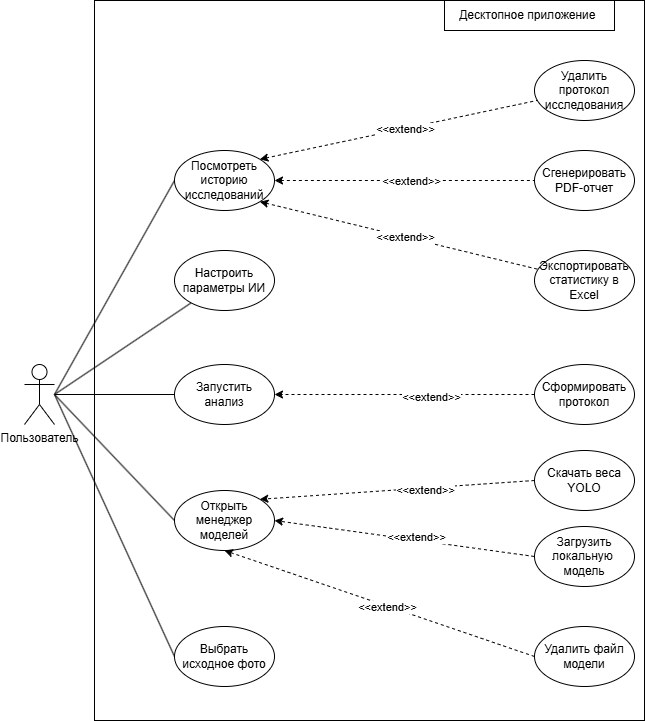
GFooX9/CourseWork2026 keeps this draw.io diagram as Documentation/Diagrams/Диаграмма вариантов использования.png. Above is the earlier version. Source tidied: cells renumbered, new cells last; positions are measured from the earlier drawing's top-left corner, leaving out a move shared by most shapes. The source it was exported from:
```xml
<mxGraphModel>
  <root>
    <mxCell id="0" />
    <mxCell id="1" parent="0" />
    <mxCell id="2" style="rounded=0;jettySize=auto;html=1;endArrow=none;endFill=0;" parent="1" edge="1" target="8">
      <mxGeometry relative="1" as="geometry">
        <mxPoint x="30" y="394" as="sourcePoint" />
      </mxGeometry>
    </mxCell>
    <mxCell id="3" style="rounded=0;jettySize=auto;html=1;entryX=0;entryY=0.5;entryDx=0;entryDy=0;endArrow=none;endFill=0;" parent="1" edge="1" target="11">
      <mxGeometry relative="1" as="geometry">
        <mxPoint x="30" y="394" as="sourcePoint" />
      </mxGeometry>
    </mxCell>
    <mxCell id="4" style="rounded=0;jettySize=auto;html=1;entryX=0;entryY=0.5;entryDx=0;entryDy=0;endArrow=none;endFill=0;" parent="1" edge="1" source="7" target="10">
      <mxGeometry relative="1" as="geometry" />
    </mxCell>
    <mxCell id="5" style="rounded=0;jettySize=auto;html=1;entryX=0;entryY=0.5;entryDx=0;entryDy=0;endArrow=none;endFill=0;" parent="1" edge="1" target="9">
      <mxGeometry relative="1" as="geometry">
        <mxPoint x="30" y="394" as="sourcePoint" />
      </mxGeometry>
    </mxCell>
    <mxCell id="6" style="rounded=0;jettySize=auto;html=1;entryX=0;entryY=0.5;entryDx=0;entryDy=0;endArrow=none;endFill=0;" parent="1" edge="1" target="27">
      <mxGeometry relative="1" as="geometry">
        <mxPoint x="30" y="394" as="sourcePoint" />
      </mxGeometry>
    </mxCell>
    <mxCell id="7" value="Пользователь" style="shape=umlActor;verticalLabelPosition=bottom;verticalAlign=top;html=1;outlineConnect=0;" parent="1" vertex="1">
      <mxGeometry y="364" width="30" height="60" as="geometry" />
    </mxCell>
    <mxCell id="8" value="Настроить параметры ИИ" style="ellipse;whiteSpace=wrap;html=1;" parent="1" vertex="1">
      <mxGeometry x="150" y="250" width="100" height="60" as="geometry" />
    </mxCell>
    <mxCell id="9" value="Выбрать исходное фото" style="ellipse;whiteSpace=wrap;html=1;" parent="1" vertex="1">
      <mxGeometry x="150" y="626" width="100" height="60" as="geometry" />
    </mxCell>
    <mxCell id="10" value="Запустить анализ" style="ellipse;whiteSpace=wrap;html=1;" parent="1" vertex="1">
      <mxGeometry x="150" y="364" width="100" height="60" as="geometry" />
    </mxCell>
    <mxCell id="11" value="Открыть менеджер моделей" style="ellipse;whiteSpace=wrap;html=1;" parent="1" vertex="1">
      <mxGeometry x="150" y="490" width="100" height="60" as="geometry" />
    </mxCell>
    <mxCell id="12" style="rounded=0;jettySize=auto;html=1;exitX=0;exitY=0.5;exitDx=0;exitDy=0;entryX=1;entryY=0;entryDx=0;entryDy=0;dashed=1;" parent="1" edge="1" source="14" target="11">
      <mxGeometry relative="1" as="geometry" />
    </mxCell>
    <mxCell id="13" value="&amp;lt;&amp;lt;extend&amp;gt;&amp;gt;" style="edgeLabel;html=1;align=center;verticalAlign=middle;" parent="12" vertex="1">
      <mxGeometry x="-0.2" y="2" relative="1" as="geometry" />
    </mxCell>
    <mxCell id="14" value="Скачать веса YOLO" style="ellipse;whiteSpace=wrap;html=1;" parent="1" vertex="1">
      <mxGeometry x="510" y="450" width="100" height="60" as="geometry" />
    </mxCell>
    <mxCell id="15" style="rounded=0;jettySize=auto;html=1;exitX=0;exitY=0.5;exitDx=0;exitDy=0;entryX=0.5;entryY=1;entryDx=0;entryDy=0;dashed=1;" parent="1" edge="1" source="17" target="11">
      <mxGeometry relative="1" as="geometry" />
    </mxCell>
    <mxCell id="16" value="&amp;lt;&amp;lt;extend&amp;gt;&amp;gt;" style="edgeLabel;html=1;align=center;verticalAlign=middle;" parent="15" vertex="1">
      <mxGeometry x="-0.05" y="1" relative="1" as="geometry" />
    </mxCell>
    <mxCell id="17" value="Удалить файл модели" style="ellipse;whiteSpace=wrap;html=1;" parent="1" vertex="1">
      <mxGeometry x="510" y="626" width="100" height="60" as="geometry" />
    </mxCell>
    <mxCell id="18" style="rounded=0;jettySize=auto;html=1;exitX=0;exitY=0.5;exitDx=0;exitDy=0;entryX=1;entryY=0.5;entryDx=0;entryDy=0;dashed=1;" parent="1" edge="1" source="20" target="11">
      <mxGeometry relative="1" as="geometry" />
    </mxCell>
    <mxCell id="19" value="&amp;lt;&amp;lt;extend&amp;gt;&amp;gt;" style="edgeLabel;html=1;align=center;verticalAlign=middle;" parent="18" vertex="1">
      <mxGeometry x="-0.08" y="-3" relative="1" as="geometry" />
    </mxCell>
    <mxCell id="20" value="Загрузить локальную&amp;nbsp; модель" style="ellipse;whiteSpace=wrap;html=1;" parent="1" vertex="1">
      <mxGeometry x="510" y="526" width="100" height="60" as="geometry" />
    </mxCell>
    <mxCell id="21" value="Десктопное приложение&amp;nbsp;" style="text;html=1;whiteSpace=wrap;strokeColor=default;fillColor=none;align=center;verticalAlign=middle;rounded=0;" parent="1" vertex="1">
      <mxGeometry x="420" width="170" height="30" as="geometry" />
    </mxCell>
    <mxCell id="22" value="Сформировать протокол" style="ellipse;whiteSpace=wrap;html=1;" parent="1" vertex="1">
      <mxGeometry x="510" y="364" width="100" height="60" as="geometry" />
    </mxCell>
    <mxCell id="23" style="rounded=0;jettySize=auto;html=1;entryX=1;entryY=0.5;entryDx=0;entryDy=0;dashed=1;exitX=0;exitY=0.5;exitDx=0;exitDy=0;" parent="1" edge="1" source="22" target="10">
      <mxGeometry relative="1" as="geometry" />
    </mxCell>
    <mxCell id="24" value="&amp;lt;&amp;lt;extend&amp;gt;&amp;gt;" style="edgeLabel;html=1;align=center;verticalAlign=middle;" parent="23" vertex="1">
      <mxGeometry x="-0.2" y="2" relative="1" as="geometry" />
    </mxCell>
    <mxCell id="25" style="rounded=0;jettySize=auto;html=1;startArrow=classic;startFill=1;endArrow=none;endFill=0;dashed=1;exitX=1;exitY=0.5;exitDx=0;exitDy=0;" parent="1" edge="1" source="27" target="28">
      <mxGeometry relative="1" as="geometry" />
    </mxCell>
    <mxCell id="26" value="&amp;lt;&amp;lt;extend&amp;gt;&amp;gt;" style="edgeLabel;html=1;align=center;verticalAlign=middle;" parent="25" vertex="1">
      <mxGeometry x="0.05" y="-2" relative="1" as="geometry">
        <mxPoint y="-2" as="offset" />
      </mxGeometry>
    </mxCell>
    <mxCell id="27" value="Посмотреть историю исследований" style="ellipse;whiteSpace=wrap;html=1;" parent="1" vertex="1">
      <mxGeometry x="150" y="150" width="100" height="60" as="geometry" />
    </mxCell>
    <mxCell id="28" value="Сгенерировать PDF-отчет" style="ellipse;whiteSpace=wrap;html=1;" parent="1" vertex="1">
      <mxGeometry x="510" y="150" width="100" height="60" as="geometry" />
    </mxCell>
    <mxCell id="29" style="rounded=0;jettySize=auto;html=1;startArrow=classic;startFill=1;endArrow=none;endFill=0;dashed=1;exitX=1;exitY=1;exitDx=0;exitDy=0;" parent="1" edge="1" source="27" target="31">
      <mxGeometry relative="1" as="geometry" />
    </mxCell>
    <mxCell id="30" value="&amp;lt;&amp;lt;extend&amp;gt;&amp;gt;" style="edgeLabel;html=1;align=center;verticalAlign=middle;" parent="29" vertex="1">
      <mxGeometry x="0.05" y="-2" relative="1" as="geometry">
        <mxPoint y="-2" as="offset" />
      </mxGeometry>
    </mxCell>
    <mxCell id="31" value="Экспортировать статистику в Excel" style="ellipse;whiteSpace=wrap;html=1;" parent="1" vertex="1">
      <mxGeometry x="510" y="250" width="100" height="60" as="geometry" />
    </mxCell>
    <mxCell id="32" value="Удалить протокол исследования" style="ellipse;whiteSpace=wrap;html=1;" parent="1" vertex="1">
      <mxGeometry x="510" y="60" width="100" height="60" as="geometry" />
    </mxCell>
    <mxCell id="33" style="rounded=0;jettySize=auto;html=1;startArrow=classic;startFill=1;endArrow=none;endFill=0;dashed=1;exitX=1;exitY=0;exitDx=0;exitDy=0;" parent="1" edge="1" source="27" target="32">
      <mxGeometry relative="1" as="geometry" />
    </mxCell>
    <mxCell id="34" value="&amp;lt;&amp;lt;extend&amp;gt;&amp;gt;" style="edgeLabel;html=1;align=center;verticalAlign=middle;" parent="33" vertex="1">
      <mxGeometry x="0.05" y="-2" relative="1" as="geometry">
        <mxPoint y="-2" as="offset" />
      </mxGeometry>
    </mxCell>
    <mxCell id="35" style="rounded=0;whiteSpace=wrap;html=1;fillColor=none;" parent="1" vertex="1">
      <mxGeometry x="70" width="550" height="720" as="geometry" />
    </mxCell>
  </root>
</mxGraphModel>
```
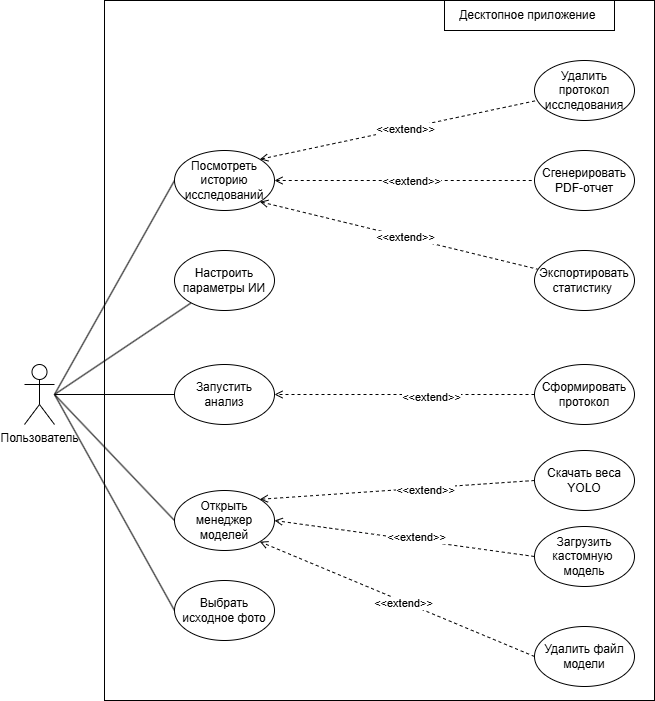
The same diagram one commit later.

Commit message:
Add README_diagrams for diagrams components and some fix presentation

Change to the diagram source:
```diff
@@ -32,7 +32,7 @@
       <mxGeometry x="150" y="250" width="100" height="60" as="geometry" />
     </mxCell>
     <mxCell id="9" value="Выбрать исходное фото" style="ellipse;whiteSpace=wrap;html=1;" parent="1" vertex="1">
-      <mxGeometry x="150" y="626" width="100" height="60" as="geometry" />
+      <mxGeometry x="150" y="580" width="100" height="60" as="geometry" />
     </mxCell>
     <mxCell id="10" value="Запустить анализ" style="ellipse;whiteSpace=wrap;html=1;" parent="1" vertex="1">
       <mxGeometry x="150" y="364" width="100" height="60" as="geometry" />
@@ -40,7 +40,7 @@
     <mxCell id="11" value="Открыть менеджер моделей" style="ellipse;whiteSpace=wrap;html=1;" parent="1" vertex="1">
       <mxGeometry x="150" y="490" width="100" height="60" as="geometry" />
     </mxCell>
-    <mxCell id="12" style="rounded=0;jettySize=auto;html=1;exitX=0;exitY=0.5;exitDx=0;exitDy=0;entryX=1;entryY=0;entryDx=0;entryDy=0;dashed=1;" parent="1" edge="1" source="14" target="11">
+    <mxCell id="12" style="rounded=0;jettySize=auto;html=1;exitX=0;exitY=0.5;exitDx=0;exitDy=0;entryX=1;entryY=0;entryDx=0;entryDy=0;dashed=1;endArrow=open;endFill=0;" parent="1" edge="1" source="14" target="11">
       <mxGeometry relative="1" as="geometry" />
     </mxCell>
     <mxCell id="13" value="&amp;lt;&amp;lt;extend&amp;gt;&amp;gt;" style="edgeLabel;html=1;align=center;verticalAlign=middle;" parent="12" vertex="1">
@@ -49,7 +49,7 @@
     <mxCell id="14" value="Скачать веса YOLO" style="ellipse;whiteSpace=wrap;html=1;" parent="1" vertex="1">
       <mxGeometry x="510" y="450" width="100" height="60" as="geometry" />
     </mxCell>
-    <mxCell id="15" style="rounded=0;jettySize=auto;html=1;exitX=0;exitY=0.5;exitDx=0;exitDy=0;entryX=0.5;entryY=1;entryDx=0;entryDy=0;dashed=1;" parent="1" edge="1" source="17" target="11">
+    <mxCell id="15" style="rounded=0;jettySize=auto;html=1;exitX=0;exitY=0.5;exitDx=0;exitDy=0;entryX=1;entryY=1;entryDx=0;entryDy=0;dashed=1;endArrow=open;endFill=0;" parent="1" edge="1" source="17" target="11">
       <mxGeometry relative="1" as="geometry" />
     </mxCell>
     <mxCell id="16" value="&amp;lt;&amp;lt;extend&amp;gt;&amp;gt;" style="edgeLabel;html=1;align=center;verticalAlign=middle;" parent="15" vertex="1">
@@ -58,13 +58,13 @@
     <mxCell id="17" value="Удалить файл модели" style="ellipse;whiteSpace=wrap;html=1;" parent="1" vertex="1">
       <mxGeometry x="510" y="626" width="100" height="60" as="geometry" />
     </mxCell>
-    <mxCell id="18" style="rounded=0;jettySize=auto;html=1;exitX=0;exitY=0.5;exitDx=0;exitDy=0;entryX=1;entryY=0.5;entryDx=0;entryDy=0;dashed=1;" parent="1" edge="1" source="20" target="11">
+    <mxCell id="18" style="rounded=0;jettySize=auto;html=1;exitX=0;exitY=0.5;exitDx=0;exitDy=0;entryX=1;entryY=0.5;entryDx=0;entryDy=0;dashed=1;endArrow=open;endFill=0;" parent="1" edge="1" source="20" target="11">
       <mxGeometry relative="1" as="geometry" />
     </mxCell>
     <mxCell id="19" value="&amp;lt;&amp;lt;extend&amp;gt;&amp;gt;" style="edgeLabel;html=1;align=center;verticalAlign=middle;" parent="18" vertex="1">
       <mxGeometry x="-0.08" y="-3" relative="1" as="geometry" />
     </mxCell>
-    <mxCell id="20" value="Загрузить локальную&amp;nbsp; модель" style="ellipse;whiteSpace=wrap;html=1;" parent="1" vertex="1">
+    <mxCell id="20" value="Загрузить кастомную&amp;nbsp; модель" style="ellipse;whiteSpace=wrap;html=1;" parent="1" vertex="1">
       <mxGeometry x="510" y="526" width="100" height="60" as="geometry" />
     </mxCell>
     <mxCell id="21" value="Десктопное приложение&amp;nbsp;" style="text;html=1;whiteSpace=wrap;strokeColor=default;fillColor=none;align=center;verticalAlign=middle;rounded=0;" parent="1" vertex="1">
@@ -73,13 +73,13 @@
     <mxCell id="22" value="Сформировать протокол" style="ellipse;whiteSpace=wrap;html=1;" parent="1" vertex="1">
       <mxGeometry x="510" y="364" width="100" height="60" as="geometry" />
     </mxCell>
-    <mxCell id="23" style="rounded=0;jettySize=auto;html=1;entryX=1;entryY=0.5;entryDx=0;entryDy=0;dashed=1;exitX=0;exitY=0.5;exitDx=0;exitDy=0;" parent="1" edge="1" source="22" target="10">
+    <mxCell id="23" style="rounded=0;jettySize=auto;html=1;entryX=1;entryY=0.5;entryDx=0;entryDy=0;dashed=1;exitX=0;exitY=0.5;exitDx=0;exitDy=0;endArrow=open;endFill=0;" parent="1" edge="1" source="22" target="10">
       <mxGeometry relative="1" as="geometry" />
     </mxCell>
     <mxCell id="24" value="&amp;lt;&amp;lt;extend&amp;gt;&amp;gt;" style="edgeLabel;html=1;align=center;verticalAlign=middle;" parent="23" vertex="1">
       <mxGeometry x="-0.2" y="2" relative="1" as="geometry" />
     </mxCell>
-    <mxCell id="25" style="rounded=0;jettySize=auto;html=1;startArrow=classic;startFill=1;endArrow=none;endFill=0;dashed=1;exitX=1;exitY=0.5;exitDx=0;exitDy=0;" parent="1" edge="1" source="27" target="28">
+    <mxCell id="25" style="rounded=0;jettySize=auto;html=1;startArrow=open;startFill=0;endArrow=none;endFill=0;dashed=1;exitX=1;exitY=0.5;exitDx=0;exitDy=0;" parent="1" edge="1" source="27" target="28">
       <mxGeometry relative="1" as="geometry" />
     </mxCell>
     <mxCell id="26" value="&amp;lt;&amp;lt;extend&amp;gt;&amp;gt;" style="edgeLabel;html=1;align=center;verticalAlign=middle;" parent="25" vertex="1">
@@ -93,7 +93,7 @@
     <mxCell id="28" value="Сгенерировать PDF-отчет" style="ellipse;whiteSpace=wrap;html=1;" parent="1" vertex="1">
       <mxGeometry x="510" y="150" width="100" height="60" as="geometry" />
     </mxCell>
-    <mxCell id="29" style="rounded=0;jettySize=auto;html=1;startArrow=classic;startFill=1;endArrow=none;endFill=0;dashed=1;exitX=1;exitY=1;exitDx=0;exitDy=0;" parent="1" edge="1" source="27" target="31">
+    <mxCell id="29" style="rounded=0;jettySize=auto;html=1;startArrow=open;startFill=0;endArrow=none;endFill=0;dashed=1;exitX=1;exitY=1;exitDx=0;exitDy=0;" parent="1" edge="1" source="27" target="31">
       <mxGeometry relative="1" as="geometry" />
     </mxCell>
     <mxCell id="30" value="&amp;lt;&amp;lt;extend&amp;gt;&amp;gt;" style="edgeLabel;html=1;align=center;verticalAlign=middle;" parent="29" vertex="1">
@@ -101,13 +101,13 @@
         <mxPoint y="-2" as="offset" />
       </mxGeometry>
     </mxCell>
-    <mxCell id="31" value="Экспортировать статистику в Excel" style="ellipse;whiteSpace=wrap;html=1;" parent="1" vertex="1">
+    <mxCell id="31" value="Экспортировать статистику&amp;nbsp;" style="ellipse;whiteSpace=wrap;html=1;" parent="1" vertex="1">
       <mxGeometry x="510" y="250" width="100" height="60" as="geometry" />
     </mxCell>
     <mxCell id="32" value="Удалить протокол исследования" style="ellipse;whiteSpace=wrap;html=1;" parent="1" vertex="1">
       <mxGeometry x="510" y="60" width="100" height="60" as="geometry" />
     </mxCell>
-    <mxCell id="33" style="rounded=0;jettySize=auto;html=1;startArrow=classic;startFill=1;endArrow=none;endFill=0;dashed=1;exitX=1;exitY=0;exitDx=0;exitDy=0;" parent="1" edge="1" source="27" target="32">
+    <mxCell id="33" style="rounded=0;jettySize=auto;html=1;startArrow=open;startFill=0;endArrow=none;endFill=0;dashed=1;exitX=1;exitY=0;exitDx=0;exitDy=0;" parent="1" edge="1" source="27" target="32">
       <mxGeometry relative="1" as="geometry" />
     </mxCell>
     <mxCell id="34" value="&amp;lt;&amp;lt;extend&amp;gt;&amp;gt;" style="edgeLabel;html=1;align=center;verticalAlign=middle;" parent="33" vertex="1">
@@ -116,7 +116,7 @@
       </mxGeometry>
     </mxCell>
     <mxCell id="35" style="rounded=0;whiteSpace=wrap;html=1;fillColor=none;" parent="1" vertex="1">
-      <mxGeometry x="70" width="550" height="720" as="geometry" />
+      <mxGeometry x="80" width="550" height="700" as="geometry" />
     </mxCell>
   </root>
 </mxGraphModel>
```
